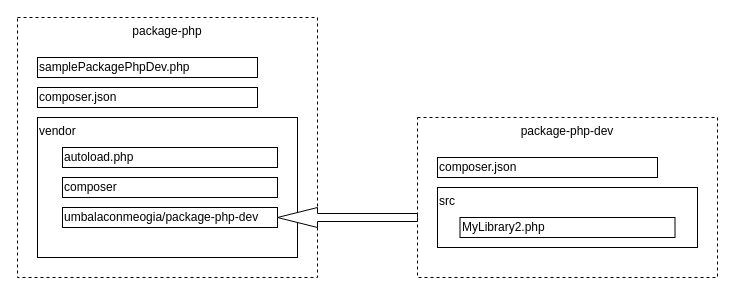
Earlier version of the draw.io diagram page "package-php" (3 of 4) of docs/sample.drawio (umbalaconmeogia/package-php). Source tidied: cells renumbered, new cells numbered last; positions are measured from the earlier drawing's top-left corner, leaving out a move shared by most shapes. Both pictures are drawn from the tidied source at 100%, with x=0, y=0 at pixel (17, 17).
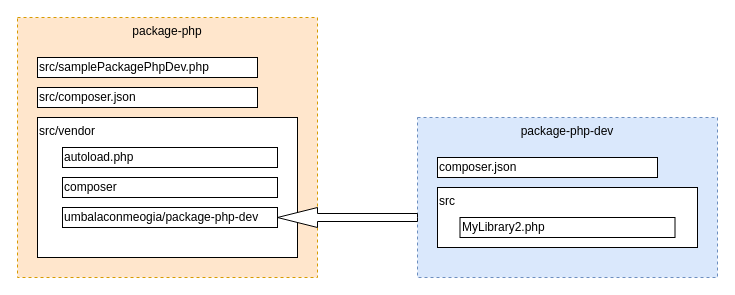
The same page after the edit.

What changed in the source:
```diff
@@
 <mxGraphModel>
   <root>
     <mxCell id="0" />
     <mxCell id="1" parent="0" />
-    <mxCell id="2" value="package-php" style="rounded=0;whiteSpace=wrap;html=1;dashed=1;verticalAlign=top;" parent="1" vertex="1">
+    <mxCell id="2" value="package-php" style="rounded=0;whiteSpace=wrap;html=1;dashed=1;verticalAlign=top;fillColor=#ffe6cc;strokeColor=#d79b00;" parent="1" vertex="1">
       <mxGeometry width="300" height="260" as="geometry" />
     </mxCell>
-    <mxCell id="3" value="samplePackagePhpDev.php" style="rounded=0;whiteSpace=wrap;html=1;align=left;" parent="1" vertex="1">
+    <mxCell id="3" value="src/samplePackagePhpDev.php" style="rounded=0;whiteSpace=wrap;html=1;align=left;" parent="1" vertex="1">
       <mxGeometry x="20" y="40" width="220" height="20" as="geometry" />
     </mxCell>
-    <mxCell id="4" value="composer.json" style="rounded=0;whiteSpace=wrap;html=1;align=left;" parent="1" vertex="1">
+    <mxCell id="4" value="src/composer.json" style="rounded=0;whiteSpace=wrap;html=1;align=left;" parent="1" vertex="1">
       <mxGeometry x="20" y="70" width="220" height="20" as="geometry" />
     </mxCell>
-    <mxCell id="5" value="vendor" style="rounded=0;whiteSpace=wrap;html=1;align=left;verticalAlign=top;" parent="1" vertex="1">
+    <mxCell id="5" value="src/vendor" style="rounded=0;whiteSpace=wrap;html=1;align=left;verticalAlign=top;" parent="1" vertex="1">
       <mxGeometry x="20" y="100" width="260" height="140" as="geometry" />
     </mxCell>
     <mxCell id="6" value="autoload.php" style="rounded=0;whiteSpace=wrap;html=1;align=left;" parent="1" vertex="1">
       <mxGeometry x="45" y="130" width="215" height="20" as="geometry" />
     </mxCell>
     <mxCell id="7" value="composer" style="rounded=0;whiteSpace=wrap;html=1;align=left;" parent="1" vertex="1">
       <mxGeometry x="45" y="160" width="215" height="20" as="geometry" />
     </mxCell>
     <mxCell id="8" value="umbalaconmeogia/package-php-dev" style="rounded=0;whiteSpace=wrap;html=1;align=left;" parent="1" vertex="1">
       <mxGeometry x="45" y="190" width="215" height="20" as="geometry" />
     </mxCell>
-    <mxCell id="9" value="package-php-dev" style="rounded=0;whiteSpace=wrap;html=1;dashed=1;verticalAlign=top;" parent="1" vertex="1">
+    <mxCell id="9" value="package-php-dev" style="rounded=0;whiteSpace=wrap;html=1;dashed=1;verticalAlign=top;fillColor=#dae8fc;strokeColor=#6c8ebf;" parent="1" vertex="1">
       <mxGeometry x="400" y="100" width="300" height="160" as="geometry" />
     </mxCell>
     <mxCell id="10" value="src" style="rounded=0;whiteSpace=wrap;html=1;align=left;verticalAlign=top;" parent="1" vertex="1">
       <mxGeometry x="420" y="170" width="260" height="60" as="geometry" />
     </mxCell>
     <mxCell id="11" value="MyLibrary2.php" style="rounded=0;whiteSpace=wrap;html=1;align=left;" parent="1" vertex="1">
       <mxGeometry x="442.5" y="200" width="215" height="20" as="geometry" />
     </mxCell>
     <mxCell id="12" value="composer.json" style="rounded=0;whiteSpace=wrap;html=1;align=left;" parent="1" vertex="1">
       <mxGeometry x="420" y="140" width="220" height="20" as="geometry" />
     </mxCell>
     <mxCell id="13" style="html=1;shadow=0;dashed=0;align=center;verticalAlign=middle;shape=mxgraph.arrows2.arrow;dy=0.6;dx=40;flipH=1;notch=0;" parent="1" vertex="1">
       <mxGeometry x="260" y="190" width="140" height="20" as="geometry" />
     </mxCell>
   </root>
 </mxGraphModel>
```
